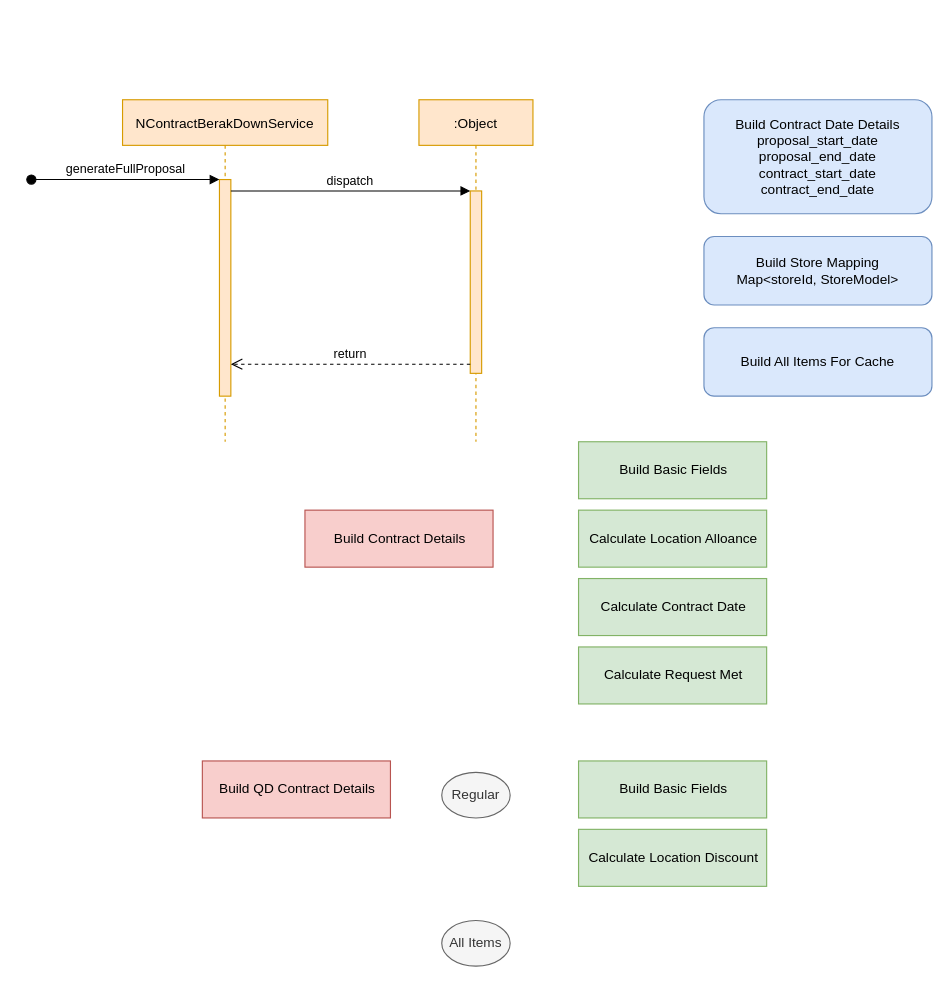
Above: contractbreakdownsequence.drawio in dajin-kingland/UMLdiagrams (draw.io), before the change. Source tidied: cells renumbered, new cells numbered last; positions are measured from the earlier drawing's top-left corner, leaving out a move shared by most shapes. Both pictures are drawn from the tidied source at 114%, with x=0, y=0 at pixel (31, 99).
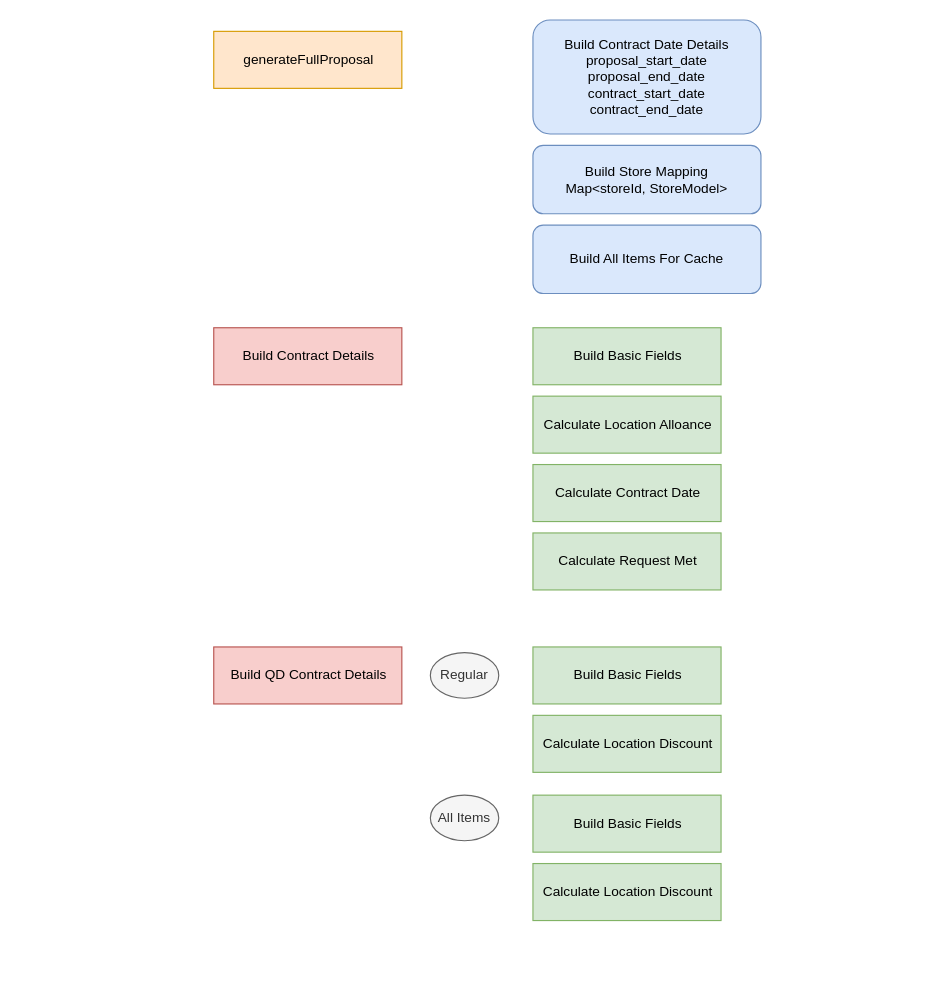
After the change.

What changed in the source:
```diff
@@
-    <mxCell id="2" value="NContractBerakDownService" style="shape=umlLifeline;perimeter=lifelinePerimeter;rounded=0;shadow=0;strokeWidth=1;fillColor=#ffe6cc;strokeColor=#d79b00;" parent="1" vertex="1">
-      <mxGeometry x="80" width="180" height="300" as="geometry" />
-    </mxCell>
-    <mxCell id="3" style="points=[];perimeter=orthogonalPerimeter;rounded=0;shadow=0;strokeWidth=1;fillColor=#ffe6cc;strokeColor=#d79b00;" parent="2" vertex="1">
-      <mxGeometry x="85" y="70" width="10" height="190" as="geometry" />
-    </mxCell>
-    <mxCell id="4" value="generateFullProposal" style="verticalAlign=bottom;startArrow=oval;endArrow=block;startSize=8;shadow=0;strokeWidth=1;" parent="2" edge="1" target="3">
-      <mxGeometry relative="1" as="geometry">
-        <mxPoint x="-80" y="70" as="sourcePoint" />
-      </mxGeometry>
-    </mxCell>
-    <mxCell id="5" value=":Object" style="shape=umlLifeline;perimeter=lifelinePerimeter;rounded=0;shadow=0;strokeWidth=1;fillColor=#ffe6cc;strokeColor=#d79b00;" parent="1" vertex="1">
-      <mxGeometry x="340" width="100" height="300" as="geometry" />
-    </mxCell>
-    <mxCell id="6" style="points=[];perimeter=orthogonalPerimeter;rounded=0;shadow=0;strokeWidth=1;fillColor=#ffe6cc;strokeColor=#d79b00;" parent="5" vertex="1">
-      <mxGeometry x="45" y="80" width="10" height="160" as="geometry" />
-    </mxCell>
-    <mxCell id="7" value="return" style="verticalAlign=bottom;endArrow=open;dashed=1;endSize=8;exitX=0;exitY=0.95;shadow=0;strokeWidth=1;" parent="1" edge="1" source="6" target="3">
-      <mxGeometry relative="1" as="geometry" />
-    </mxCell>
-    <mxCell id="8" value="dispatch" style="verticalAlign=bottom;endArrow=block;entryX=0;entryY=0;shadow=0;strokeWidth=1;" parent="1" edge="1" source="3" target="6">
-      <mxGeometry relative="1" as="geometry" />
-    </mxCell>
     <mxCell id="9" value="Build Contract Date Details&lt;br&gt;proposal_start_date&lt;br&gt;proposal_end_date&lt;br&gt;contract_start_date&lt;br&gt;contract_end_date" style="rounded=1;whiteSpace=wrap;html=1;fillColor=#dae8fc;strokeColor=#6c8ebf;" parent="1" vertex="1">
-      <mxGeometry x="590" width="200" height="100" as="geometry" />
+      <mxGeometry x="440" y="-70" width="200" height="100" as="geometry" />
     </mxCell>
     <mxCell id="10" value="Build Store Mapping&lt;br&gt;&lt;div style=&quot;text-align: left&quot;&gt;Map&amp;lt;storeId, StoreModel&amp;gt;&lt;/div&gt;" style="rounded=1;whiteSpace=wrap;html=1;fillColor=#dae8fc;strokeColor=#6c8ebf;align=center;" parent="1" vertex="1">
-      <mxGeometry x="590" y="120" width="200" height="60" as="geometry" />
+      <mxGeometry x="440" y="40" width="200" height="60" as="geometry" />
     </mxCell>
     <mxCell id="11" value="Build All Items For Cache" style="rounded=1;whiteSpace=wrap;html=1;fillColor=#dae8fc;strokeColor=#6c8ebf;align=center;" parent="1" vertex="1">
-      <mxGeometry x="590" y="200" width="200" height="60" as="geometry" />
+      <mxGeometry x="440" y="110" width="200" height="60" as="geometry" />
     </mxCell>
     <mxCell id="12" value="Calculate Request Met" style="html=1;fillColor=#d5e8d4;strokeColor=#82b366;" parent="1" vertex="1">
-      <mxGeometry x="480" y="480" width="165" height="50" as="geometry" />
+      <mxGeometry x="440" y="380" width="165" height="50" as="geometry" />
     </mxCell>
     <mxCell id="13" value="Build Contract Details" style="html=1;fillColor=#f8cecc;strokeColor=#b85450;" parent="1" vertex="1">
-      <mxGeometry x="240" y="360" width="165" height="50" as="geometry" />
+      <mxGeometry x="160" y="200" width="165" height="50" as="geometry" />
     </mxCell>
     <mxCell id="14" value="Build QD Contract Details" style="html=1;fillColor=#f8cecc;strokeColor=#b85450;" parent="1" vertex="1">
-      <mxGeometry x="150" y="580" width="165" height="50" as="geometry" />
+      <mxGeometry x="160" y="480" width="165" height="50" as="geometry" />
     </mxCell>
     <mxCell id="15" value="Calculate Contract Date" style="html=1;fillColor=#d5e8d4;strokeColor=#82b366;" parent="1" vertex="1">
-      <mxGeometry x="480" y="420" width="165" height="50" as="geometry" />
+      <mxGeometry x="440" y="320" width="165" height="50" as="geometry" />
     </mxCell>
     <mxCell id="16" value="Calculate Location Alloance" style="html=1;fillColor=#d5e8d4;strokeColor=#82b366;" parent="1" vertex="1">
-      <mxGeometry x="480" y="360" width="165" height="50" as="geometry" />
+      <mxGeometry x="440" y="260" width="165" height="50" as="geometry" />
     </mxCell>
     <mxCell id="17" value="Build Basic Fields" style="html=1;fillColor=#d5e8d4;strokeColor=#82b366;" parent="1" vertex="1">
-      <mxGeometry x="480" y="300" width="165" height="50" as="geometry" />
+      <mxGeometry x="440" y="200" width="165" height="50" as="geometry" />
     </mxCell>
     <mxCell id="18" value="Build Basic Fields" style="html=1;fillColor=#d5e8d4;strokeColor=#82b366;" parent="1" vertex="1">
-      <mxGeometry x="480" y="580" width="165" height="50" as="geometry" />
+      <mxGeometry x="440" y="480" width="165" height="50" as="geometry" />
     </mxCell>
     <mxCell id="19" value="Calculate Location Discount" style="html=1;fillColor=#d5e8d4;strokeColor=#82b366;" parent="1" vertex="1">
-      <mxGeometry x="480" y="640" width="165" height="50" as="geometry" />
+      <mxGeometry x="440" y="540" width="165" height="50" as="geometry" />
     </mxCell>
     <mxCell id="20" value="Regular" style="ellipse;whiteSpace=wrap;html=1;fillColor=#f5f5f5;strokeColor=#666666;fontColor=#333333;" parent="1" vertex="1">
-      <mxGeometry x="360" y="590" width="60" height="40" as="geometry" />
+      <mxGeometry x="350" y="485" width="60" height="40" as="geometry" />
     </mxCell>
     <mxCell id="21" value="All Items" style="ellipse;whiteSpace=wrap;html=1;fillColor=#f5f5f5;strokeColor=#666666;fontColor=#333333;" parent="1" vertex="1">
-      <mxGeometry x="360" y="720" width="60" height="40" as="geometry" />
+      <mxGeometry x="350" y="610" width="60" height="40" as="geometry" />
     </mxCell>
+    <mxCell id="4" value="generateFullProposal" style="html=1;fillColor=#ffe6cc;strokeColor=#d79b00;" parent="1" vertex="1">
+      <mxGeometry x="160" y="-60" width="165" height="50" as="geometry" />
+    </mxCell>
+    <mxCell id="22" value="Build Basic Fields" style="html=1;fillColor=#d5e8d4;strokeColor=#82b366;" parent="1" vertex="1">
+      <mxGeometry x="440" y="610" width="165" height="50" as="geometry" />
+    </mxCell>
+    <mxCell id="23" value="Calculate Location Discount" style="html=1;fillColor=#d5e8d4;strokeColor=#82b366;" parent="1" vertex="1">
+      <mxGeometry x="440" y="670" width="165" height="50" as="geometry" />
+    </mxCell>
```
